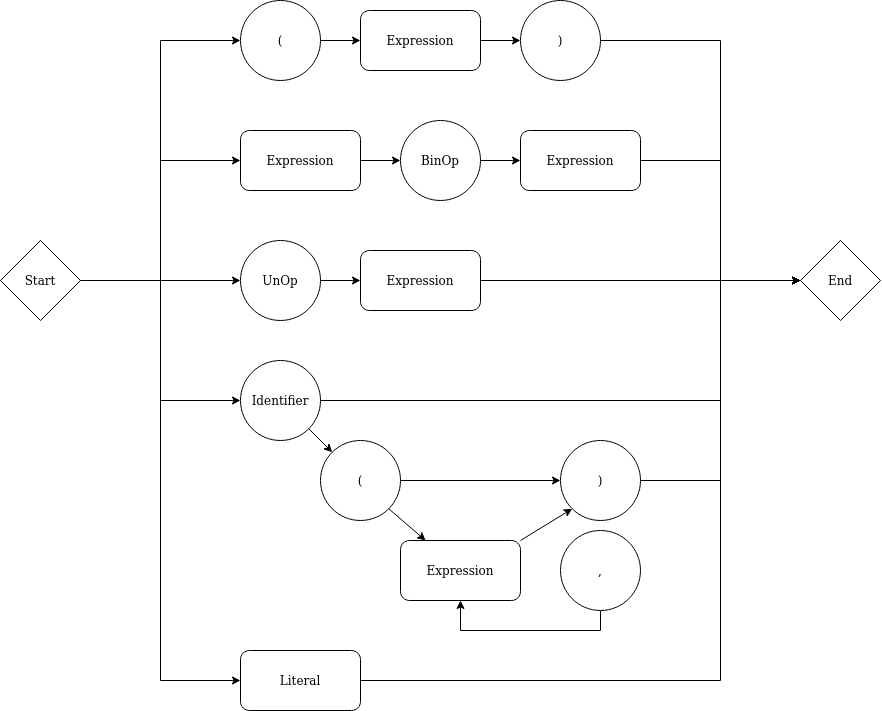
Earlier version of the draw.io export images/parser/rubigo_expressions.png (Blinningjr/rubigo-lang). Source tidied: cells renumbered, new cells last; positions are measured from the earlier drawing's top-left corner, leaving out a move shared by most shapes.
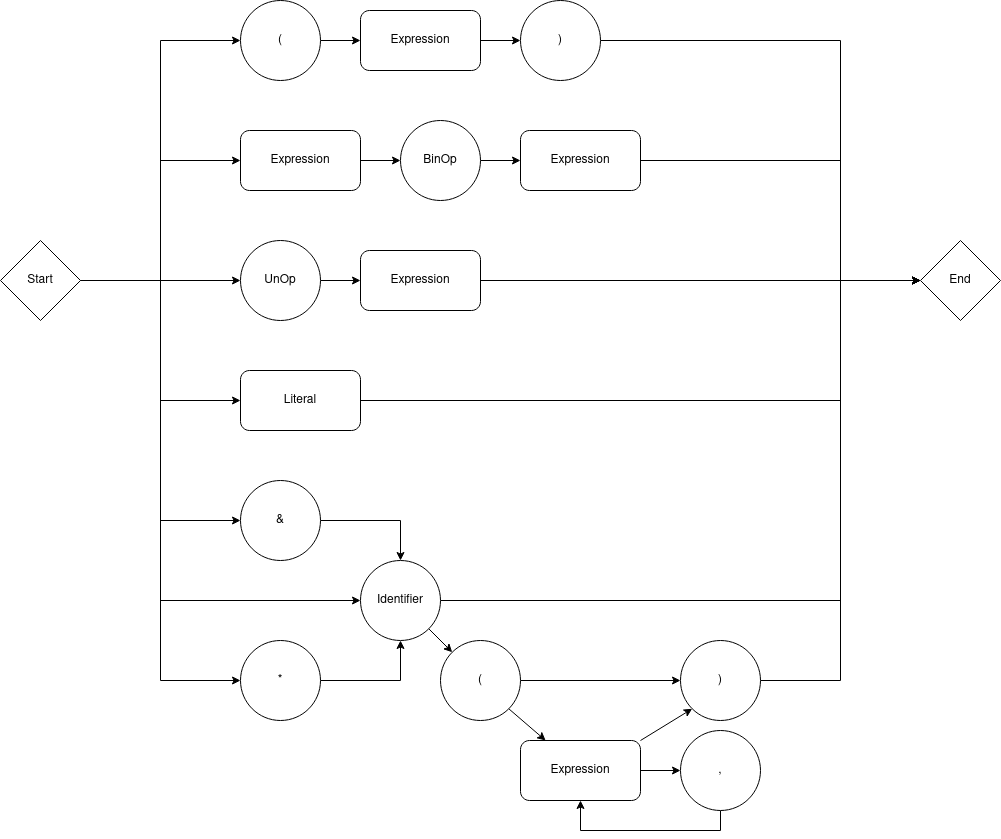
Above is the later version.

Change to the diagram source:
```diff
@@ -21,7 +21,12 @@
       <mxGeometry x="240" y="130" width="120" height="60" as="geometry" />
     </mxCell>
     <mxCell id="8" style="edgeStyle=orthogonalEdgeStyle;rounded=0;jettySize=auto;html=1;exitX=1;exitY=0.5;exitDx=0;exitDy=0;entryX=0;entryY=0.5;entryDx=0;entryDy=0;" parent="1" edge="1" source="9" target="38">
-      <mxGeometry relative="1" as="geometry" />
+      <mxGeometry relative="1" as="geometry">
+        <Array as="points">
+          <mxPoint x="840" y="160" />
+          <mxPoint x="840" y="280" />
+        </Array>
+      </mxGeometry>
     </mxCell>
     <mxCell id="9" value="Expression" style="rounded=1;whiteSpace=wrap;html=1;" parent="1" vertex="1">
       <mxGeometry x="520" y="130" width="120" height="60" as="geometry" />
@@ -47,8 +52,8 @@
     <mxCell id="16" style="edgeStyle=orthogonalEdgeStyle;rounded=0;jettySize=auto;html=1;exitX=1;exitY=0.5;exitDx=0;exitDy=0;entryX=0;entryY=0.5;entryDx=0;entryDy=0;" parent="1" edge="1" source="17" target="38">
       <mxGeometry relative="1" as="geometry">
         <Array as="points">
-          <mxPoint x="720" y="40" />
-          <mxPoint x="720" y="280" />
+          <mxPoint x="840" y="40" />
+          <mxPoint x="840" y="280" />
         </Array>
       </mxGeometry>
     </mxCell>
@@ -62,7 +67,7 @@
       <mxGeometry relative="1" as="geometry" />
     </mxCell>
     <mxCell id="20" value="(" style="ellipse;whiteSpace=wrap;html=1;" parent="1" vertex="1">
-      <mxGeometry x="320" y="440" width="80" height="80" as="geometry" />
+      <mxGeometry x="440" y="640" width="80" height="80" as="geometry" />
     </mxCell>
     <mxCell id="21" style="edgeStyle=none;rounded=0;jettySize=auto;html=1;exitX=1;exitY=1;exitDx=0;exitDy=0;entryX=0;entryY=0;entryDx=0;entryDy=0;" parent="1" edge="1" source="23" target="20">
       <mxGeometry relative="1" as="geometry" />
@@ -70,42 +75,50 @@
     <mxCell id="22" style="edgeStyle=orthogonalEdgeStyle;rounded=0;jettySize=auto;html=1;exitX=1;exitY=0.5;exitDx=0;exitDy=0;entryX=0;entryY=0.5;entryDx=0;entryDy=0;" parent="1" edge="1" source="23" target="38">
       <mxGeometry relative="1" as="geometry">
         <Array as="points">
-          <mxPoint x="720" y="400" />
-          <mxPoint x="720" y="280" />
+          <mxPoint x="840" y="600" />
+          <mxPoint x="840" y="280" />
         </Array>
       </mxGeometry>
     </mxCell>
     <mxCell id="23" value="Identifier" style="ellipse;whiteSpace=wrap;html=1;" parent="1" vertex="1">
-      <mxGeometry x="240" y="360" width="80" height="80" as="geometry" />
+      <mxGeometry x="360" y="560" width="80" height="80" as="geometry" />
     </mxCell>
     <mxCell id="24" style="rounded=0;jettySize=auto;html=1;exitX=1;exitY=0;exitDx=0;exitDy=0;entryX=0;entryY=1;entryDx=0;entryDy=0;" parent="1" edge="1" source="25" target="29">
       <mxGeometry relative="1" as="geometry" />
     </mxCell>
+    <mxCell id="39" style="edgeStyle=orthogonalEdgeStyle;rounded=0;jettySize=auto;html=1;exitX=1;exitY=0.5;exitDx=0;exitDy=0;entryX=0;entryY=0.5;entryDx=0;entryDy=0;" parent="1" edge="1" source="25" target="27">
+      <mxGeometry relative="1" as="geometry" />
+    </mxCell>
     <mxCell id="25" value="Expression" style="rounded=1;whiteSpace=wrap;html=1;" parent="1" vertex="1">
-      <mxGeometry x="400" y="540" width="120" height="60" as="geometry" />
+      <mxGeometry x="520" y="740" width="120" height="60" as="geometry" />
     </mxCell>
     <mxCell id="26" style="edgeStyle=orthogonalEdgeStyle;rounded=0;jettySize=auto;html=1;exitX=0.5;exitY=1;exitDx=0;exitDy=0;entryX=0.5;entryY=1;entryDx=0;entryDy=0;" parent="1" edge="1" source="27" target="25">
       <mxGeometry relative="1" as="geometry" />
     </mxCell>
     <mxCell id="27" value="," style="ellipse;whiteSpace=wrap;html=1;" parent="1" vertex="1">
-      <mxGeometry x="560" y="530" width="80" height="80" as="geometry" />
+      <mxGeometry x="680" y="730" width="80" height="80" as="geometry" />
     </mxCell>
     <mxCell id="28" style="edgeStyle=orthogonalEdgeStyle;rounded=0;jettySize=auto;html=1;exitX=1;exitY=0.5;exitDx=0;exitDy=0;entryX=0;entryY=0.5;entryDx=0;entryDy=0;" parent="1" edge="1" source="29" target="38">
-      <mxGeometry relative="1" as="geometry" />
+      <mxGeometry relative="1" as="geometry">
+        <Array as="points">
+          <mxPoint x="840" y="680" />
+          <mxPoint x="840" y="280" />
+        </Array>
+      </mxGeometry>
     </mxCell>
     <mxCell id="29" value=")" style="ellipse;whiteSpace=wrap;html=1;" parent="1" vertex="1">
-      <mxGeometry x="560" y="440" width="80" height="80" as="geometry" />
+      <mxGeometry x="680" y="640" width="80" height="80" as="geometry" />
     </mxCell>
     <mxCell id="30" style="edgeStyle=orthogonalEdgeStyle;rounded=0;jettySize=auto;html=1;exitX=1;exitY=0.5;exitDx=0;exitDy=0;entryX=0;entryY=0.5;entryDx=0;entryDy=0;" parent="1" edge="1" source="31" target="38">
       <mxGeometry relative="1" as="geometry">
         <Array as="points">
-          <mxPoint x="720" y="680" />
-          <mxPoint x="720" y="280" />
+          <mxPoint x="840" y="400" />
+          <mxPoint x="840" y="280" />
         </Array>
       </mxGeometry>
     </mxCell>
     <mxCell id="31" value="Literal" style="rounded=1;whiteSpace=wrap;html=1;" parent="1" vertex="1">
-      <mxGeometry x="240" y="650" width="120" height="60" as="geometry" />
+      <mxGeometry x="240" y="370" width="120" height="60" as="geometry" />
     </mxCell>
     <mxCell id="32" style="edgeStyle=orthogonalEdgeStyle;rounded=0;jettySize=auto;html=1;exitX=1;exitY=0.5;exitDx=0;exitDy=0;entryX=0;entryY=0.5;entryDx=0;entryDy=0;" parent="1" edge="1" source="37" target="5">
       <mxGeometry relative="1" as="geometry" />
@@ -116,17 +129,45 @@
     <mxCell id="34" style="edgeStyle=orthogonalEdgeStyle;rounded=0;jettySize=auto;html=1;exitX=1;exitY=0.5;exitDx=0;exitDy=0;entryX=0;entryY=0.5;entryDx=0;entryDy=0;" parent="1" edge="1" source="37" target="11">
       <mxGeometry relative="1" as="geometry" />
     </mxCell>
+    <mxCell id="36" style="edgeStyle=orthogonalEdgeStyle;rounded=0;jettySize=auto;html=1;exitX=1;exitY=0.5;exitDx=0;exitDy=0;entryX=0;entryY=0.5;entryDx=0;entryDy=0;" parent="1" edge="1" source="37" target="31">
+      <mxGeometry relative="1" as="geometry">
+        <Array as="points">
+          <mxPoint x="160" y="280" />
+          <mxPoint x="160" y="400" />
+        </Array>
+      </mxGeometry>
+    </mxCell>
+    <mxCell id="40" style="edgeStyle=orthogonalEdgeStyle;rounded=0;jettySize=auto;html=1;exitX=1;exitY=0.5;exitDx=0;exitDy=0;entryX=0;entryY=0.5;entryDx=0;entryDy=0;" parent="1" edge="1" source="37" target="43">
+      <mxGeometry relative="1" as="geometry" />
+    </mxCell>
+    <mxCell id="41" style="edgeStyle=orthogonalEdgeStyle;rounded=0;jettySize=auto;html=1;exitX=1;exitY=0.5;exitDx=0;exitDy=0;entryX=0;entryY=0.5;entryDx=0;entryDy=0;" parent="1" edge="1" source="37" target="45">
+      <mxGeometry relative="1" as="geometry" />
+    </mxCell>
     <mxCell id="35" style="edgeStyle=orthogonalEdgeStyle;rounded=0;jettySize=auto;html=1;exitX=1;exitY=0.5;exitDx=0;exitDy=0;entryX=0;entryY=0.5;entryDx=0;entryDy=0;" parent="1" edge="1" source="37" target="23">
-      <mxGeometry relative="1" as="geometry" />
+      <mxGeometry relative="1" as="geometry">
+        <Array as="points">
+          <mxPoint x="160" y="280" />
+          <mxPoint x="160" y="600" />
+        </Array>
+      </mxGeometry>
     </mxCell>
-    <mxCell id="36" style="edgeStyle=orthogonalEdgeStyle;rounded=0;jettySize=auto;html=1;exitX=1;exitY=0.5;exitDx=0;exitDy=0;entryX=0;entryY=0.5;entryDx=0;entryDy=0;" parent="1" edge="1" source="37" target="31">
-      <mxGeometry relative="1" as="geometry" />
-    </mxCell>
     <mxCell id="37" value="Start" style="rhombus;whiteSpace=wrap;html=1;" parent="1" vertex="1">
       <mxGeometry y="240" width="80" height="80" as="geometry" />
     </mxCell>
     <mxCell id="38" value="End" style="rhombus;whiteSpace=wrap;html=1;" parent="1" vertex="1">
-      <mxGeometry x="800" y="240" width="80" height="80" as="geometry" />
+      <mxGeometry x="920" y="240" width="80" height="80" as="geometry" />
     </mxCell>
+    <mxCell id="42" style="edgeStyle=orthogonalEdgeStyle;rounded=0;jettySize=auto;html=1;exitX=1;exitY=0.5;exitDx=0;exitDy=0;entryX=0.5;entryY=0;entryDx=0;entryDy=0;" parent="1" edge="1" source="43" target="23">
+      <mxGeometry relative="1" as="geometry" />
+    </mxCell>
+    <mxCell id="43" value="&amp;amp;" style="ellipse;whiteSpace=wrap;html=1;" parent="1" vertex="1">
+      <mxGeometry x="240" y="480" width="80" height="80" as="geometry" />
+    </mxCell>
+    <mxCell id="44" style="edgeStyle=orthogonalEdgeStyle;rounded=0;jettySize=auto;html=1;exitX=1;exitY=0.5;exitDx=0;exitDy=0;entryX=0.5;entryY=1;entryDx=0;entryDy=0;" parent="1" edge="1" source="45" target="23">
+      <mxGeometry relative="1" as="geometry" />
+    </mxCell>
+    <mxCell id="45" value="*" style="ellipse;whiteSpace=wrap;html=1;" parent="1" vertex="1">
+      <mxGeometry x="240" y="640" width="80" height="80" as="geometry" />
+    </mxCell>
   </root>
 </mxGraphModel>
```
